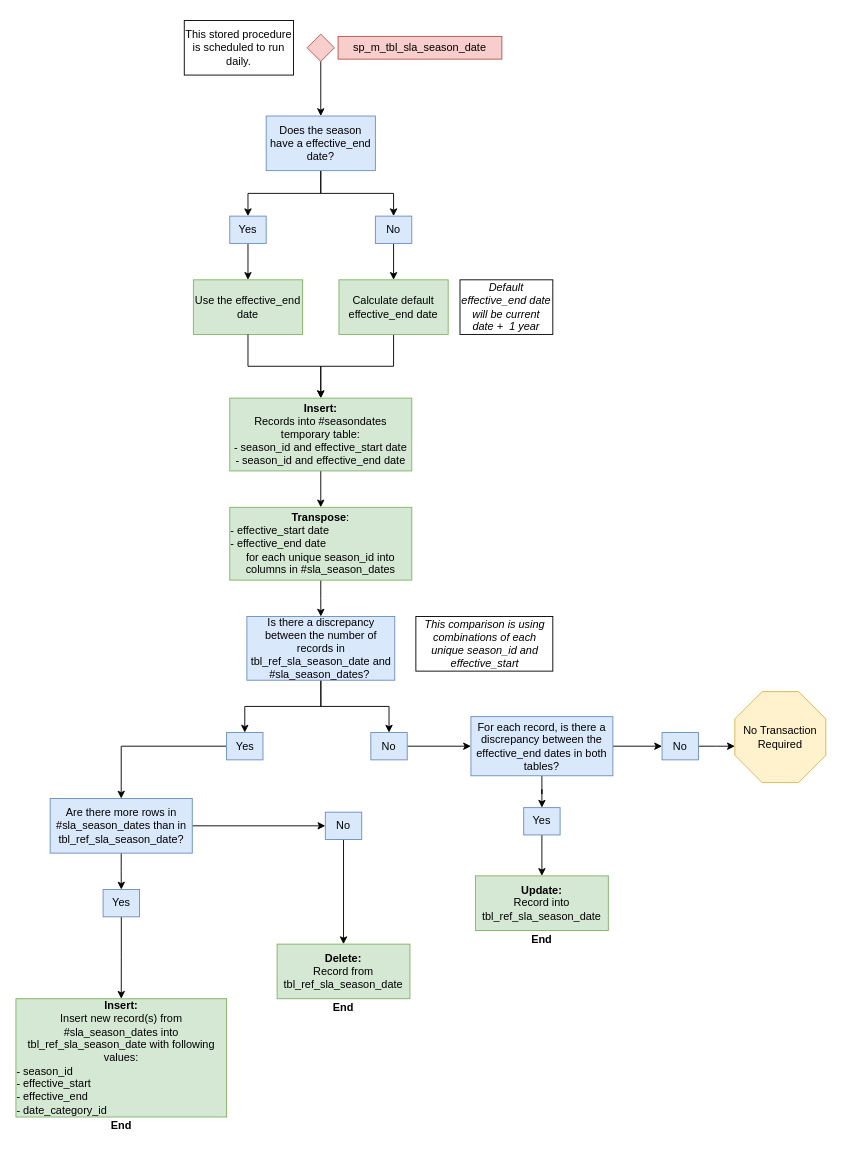
Before: images/sp_m_tbl_sla_season_date.drawio in NYC-Parks/SLADB, a draw.io diagram. Source tidied: cells renumbered, new cells numbered last; positions are measured from the earlier drawing's top-left corner, leaving out a move shared by most shapes. Both pictures are drawn from the tidied source at 91%, with x=0, y=0 at pixel (15, 20).
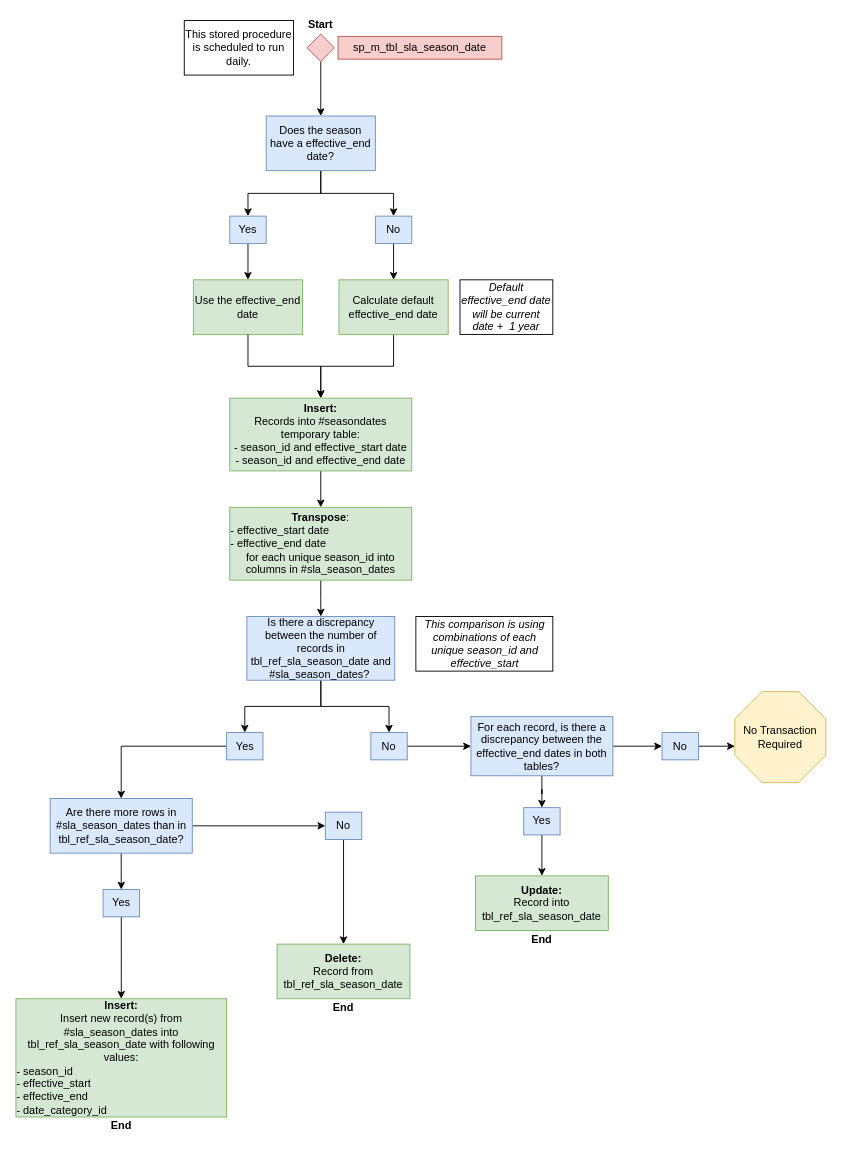
Above is the later version.

The edit, as a diff of the source:
```diff
@@
+    <mxCell id="52" value="Start" style="text;html=1;strokeColor=none;fillColor=none;align=center;verticalAlign=middle;whiteSpace=wrap;rounded=0;fontStyle=1;" parent="1" vertex="1">
+      <mxGeometry x="315" y="-5" width="40" height="20" as="geometry" />
+    </mxCell>
```
